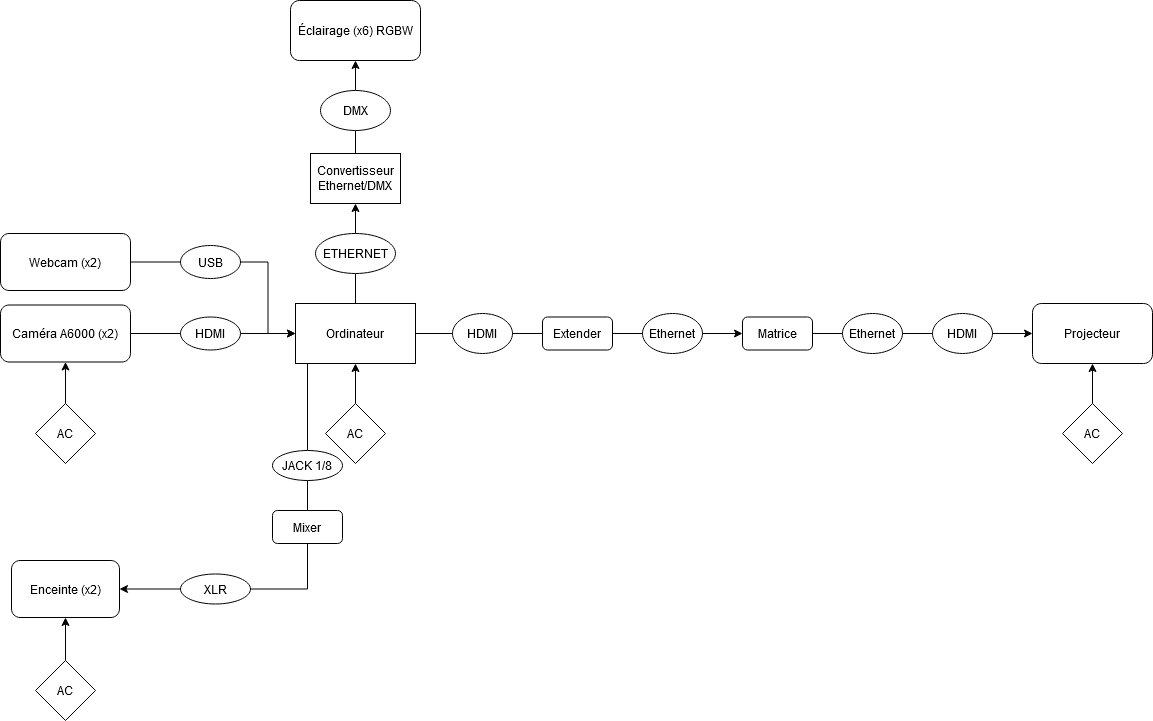
Earlier version of the draw.io export docs/preproduction/medias/schema_branchement.png (Groupe-W/Concerto). Source tidied: cells renumbered, new cells last; positions are measured from the earlier drawing's top-left corner, leaving out a move shared by most shapes.
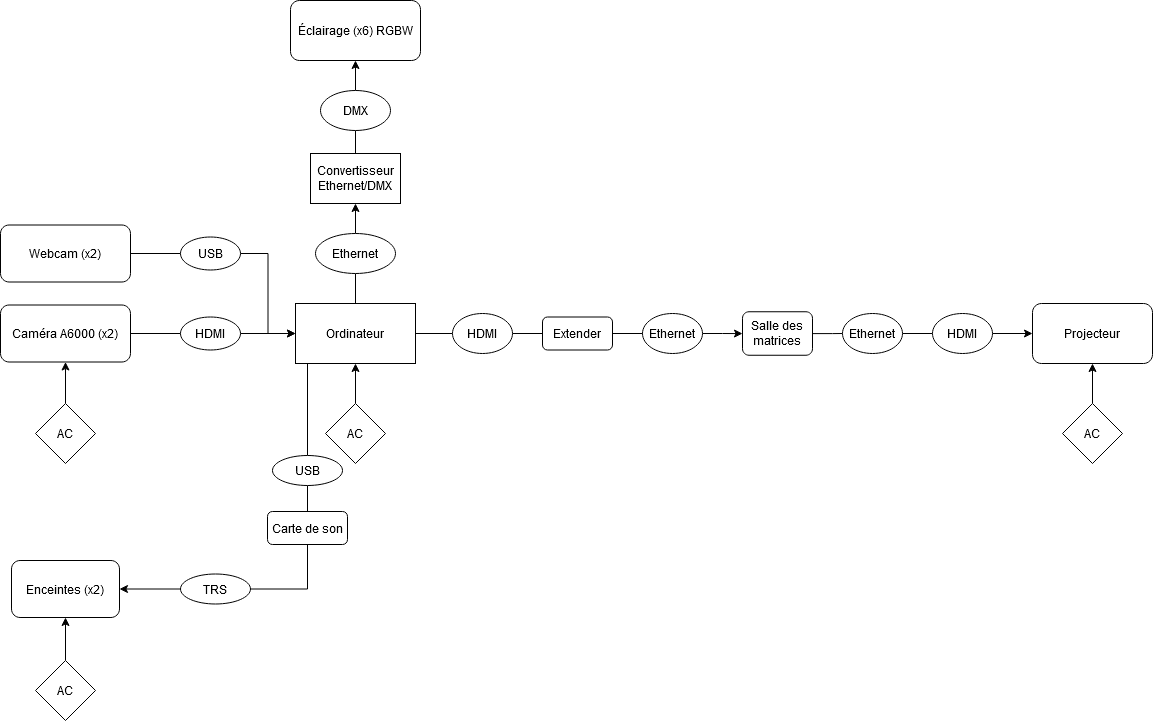
After the commit.

Change to the diagram source:
```diff
@@ -40,7 +40,7 @@
     <mxCell id="13" style="edgeStyle=orthogonalEdgeStyle;rounded=0;jettySize=auto;html=1;exitX=0.5;exitY=0;exitDx=0;exitDy=0;entryX=0.5;entryY=1;entryDx=0;entryDy=0;endArrow=classic;endFill=1;" parent="1" edge="1" source="14" target="17">
       <mxGeometry relative="1" as="geometry" />
     </mxCell>
-    <mxCell id="14" value="ETHERNET" style="ellipse;whiteSpace=wrap;html=1;" parent="1" vertex="1">
+    <mxCell id="14" value="Ethernet" style="ellipse;whiteSpace=wrap;html=1;" parent="1" vertex="1">
       <mxGeometry x="315" y="233" width="80" height="40" as="geometry" />
     </mxCell>
     <mxCell id="15" value="Éclairage (x6) RGBW" style="rounded=1;whiteSpace=wrap;html=1;" parent="1" vertex="1">
@@ -77,7 +77,7 @@
       <mxGeometry relative="1" as="geometry" />
     </mxCell>
     <mxCell id="26" value="Webcam (x2)" style="rounded=1;whiteSpace=wrap;html=1;" parent="1" vertex="1">
-      <mxGeometry y="233" width="130" height="57" as="geometry" />
+      <mxGeometry y="224.5" width="130" height="57" as="geometry" />
     </mxCell>
     <mxCell id="27" style="edgeStyle=orthogonalEdgeStyle;rounded=0;jettySize=auto;html=1;entryX=0;entryY=1;entryDx=0;entryDy=0;startArrow=none;startFill=0;endArrow=none;endFill=0;" parent="1" edge="1" source="36" target="5">
       <mxGeometry relative="1" as="geometry">
@@ -86,7 +86,7 @@
         </Array>
       </mxGeometry>
     </mxCell>
-    <mxCell id="28" value="Enceinte (x2)" style="rounded=1;whiteSpace=wrap;html=1;" parent="1" vertex="1">
+    <mxCell id="28" value="Enceintes (x2)" style="rounded=1;whiteSpace=wrap;html=1;" parent="1" vertex="1">
       <mxGeometry x="11" y="560" width="108" height="57" as="geometry" />
     </mxCell>
     <mxCell id="29" style="edgeStyle=orthogonalEdgeStyle;rounded=0;jettySize=auto;html=1;exitX=0.5;exitY=0;exitDx=0;exitDy=0;entryX=0.5;entryY=1;entryDx=0;entryDy=0;startArrow=none;startFill=0;endArrow=classic;endFill=1;" parent="1" edge="1" source="30" target="28">
@@ -99,24 +99,32 @@
       <mxGeometry relative="1" as="geometry" />
     </mxCell>
     <mxCell id="32" value="USB" style="ellipse;whiteSpace=wrap;html=1;direction=south;" parent="1" vertex="1">
-      <mxGeometry x="180" y="245" width="60" height="33" as="geometry" />
+      <mxGeometry x="180" y="236.5" width="60" height="33" as="geometry" />
     </mxCell>
     <mxCell id="33" style="edgeStyle=orthogonalEdgeStyle;rounded=0;jettySize=auto;html=1;entryX=1;entryY=0.5;entryDx=0;entryDy=0;endArrow=classic;endFill=1;startArrow=none;startFill=0;" parent="1" edge="1" source="38" target="28">
       <mxGeometry relative="1" as="geometry" />
     </mxCell>
-    <mxCell id="34" value="Mixer" style="rounded=1;whiteSpace=wrap;html=1;" parent="1" vertex="1">
-      <mxGeometry x="272" y="510" width="70" height="33" as="geometry" />
+    <mxCell id="34" value="Carte de son" style="rounded=1;whiteSpace=wrap;html=1;" parent="1" vertex="1">
+      <mxGeometry x="267" y="511" width="80" height="33" as="geometry" />
     </mxCell>
     <mxCell id="35" style="edgeStyle=orthogonalEdgeStyle;rounded=0;jettySize=auto;html=1;exitX=0.5;exitY=1;exitDx=0;exitDy=0;entryX=0.5;entryY=0;entryDx=0;entryDy=0;endArrow=none;endFill=0;" parent="1" edge="1" source="36" target="34">
-      <mxGeometry relative="1" as="geometry" />
+      <mxGeometry relative="1" as="geometry">
+        <Array as="points">
+          <mxPoint x="307" y="510" />
+        </Array>
+      </mxGeometry>
     </mxCell>
-    <mxCell id="36" value="JACK 1/8" style="ellipse;whiteSpace=wrap;html=1;" parent="1" vertex="1">
-      <mxGeometry x="272" y="450" width="70" height="30" as="geometry" />
+    <mxCell id="36" value="USB" style="ellipse;whiteSpace=wrap;html=1;" parent="1" vertex="1">
+      <mxGeometry x="272" y="455" width="70" height="30" as="geometry" />
     </mxCell>
     <mxCell id="37" style="edgeStyle=orthogonalEdgeStyle;rounded=0;jettySize=auto;html=1;entryX=0.5;entryY=1;entryDx=0;entryDy=0;startArrow=none;startFill=0;endArrow=none;endFill=0;" parent="1" edge="1" source="38" target="34">
-      <mxGeometry relative="1" as="geometry" />
+      <mxGeometry relative="1" as="geometry">
+        <Array as="points">
+          <mxPoint x="307" y="589" />
+        </Array>
+      </mxGeometry>
     </mxCell>
-    <mxCell id="38" value="XLR" style="ellipse;whiteSpace=wrap;html=1;" parent="1" vertex="1">
+    <mxCell id="38" value="TRS" style="ellipse;whiteSpace=wrap;html=1;" parent="1" vertex="1">
       <mxGeometry x="180" y="573.5" width="70" height="30" as="geometry" />
     </mxCell>
     <mxCell id="39" style="edgeStyle=orthogonalEdgeStyle;rounded=0;jettySize=auto;html=1;startArrow=none;startFill=0;endArrow=classic;endFill=1;" parent="1" edge="1" source="40" target="44">
@@ -134,8 +142,8 @@
     <mxCell id="43" style="edgeStyle=orthogonalEdgeStyle;rounded=0;jettySize=auto;html=1;startArrow=none;startFill=0;endArrow=none;endFill=0;" parent="1" edge="1" source="44" target="46">
       <mxGeometry relative="1" as="geometry" />
     </mxCell>
-    <mxCell id="44" value="Matrice" style="rounded=1;whiteSpace=wrap;html=1;" parent="1" vertex="1">
-      <mxGeometry x="742" y="316.5" width="70" height="33" as="geometry" />
+    <mxCell id="44" value="Salle des matrices" style="rounded=1;whiteSpace=wrap;html=1;" parent="1" vertex="1">
+      <mxGeometry x="742" y="311.2" width="70" height="43.5" as="geometry" />
     </mxCell>
     <mxCell id="45" style="edgeStyle=orthogonalEdgeStyle;rounded=0;jettySize=auto;html=1;startArrow=none;startFill=0;endArrow=none;endFill=0;" parent="1" edge="1" source="46" target="48">
       <mxGeometry relative="1" as="geometry" />
```
